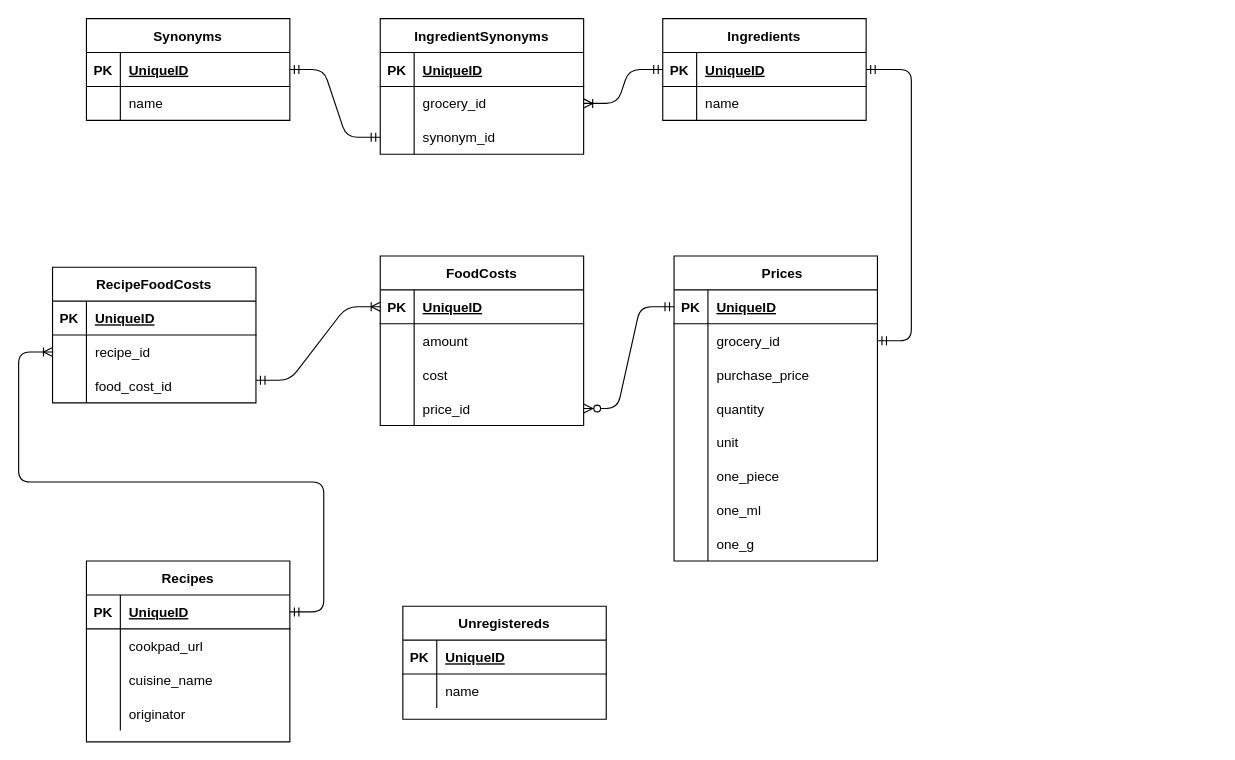
This is ER.drawio from sayasurvey/cook_cost, a draw.io file, before an edit. Source tidied: cells renumbered, new cells numbered last; positions are measured from the earlier drawing's top-left corner, leaving out a move shared by most shapes. Both pictures are drawn from the tidied source at 113%, with x=0, y=0 at pixel (52, 18).
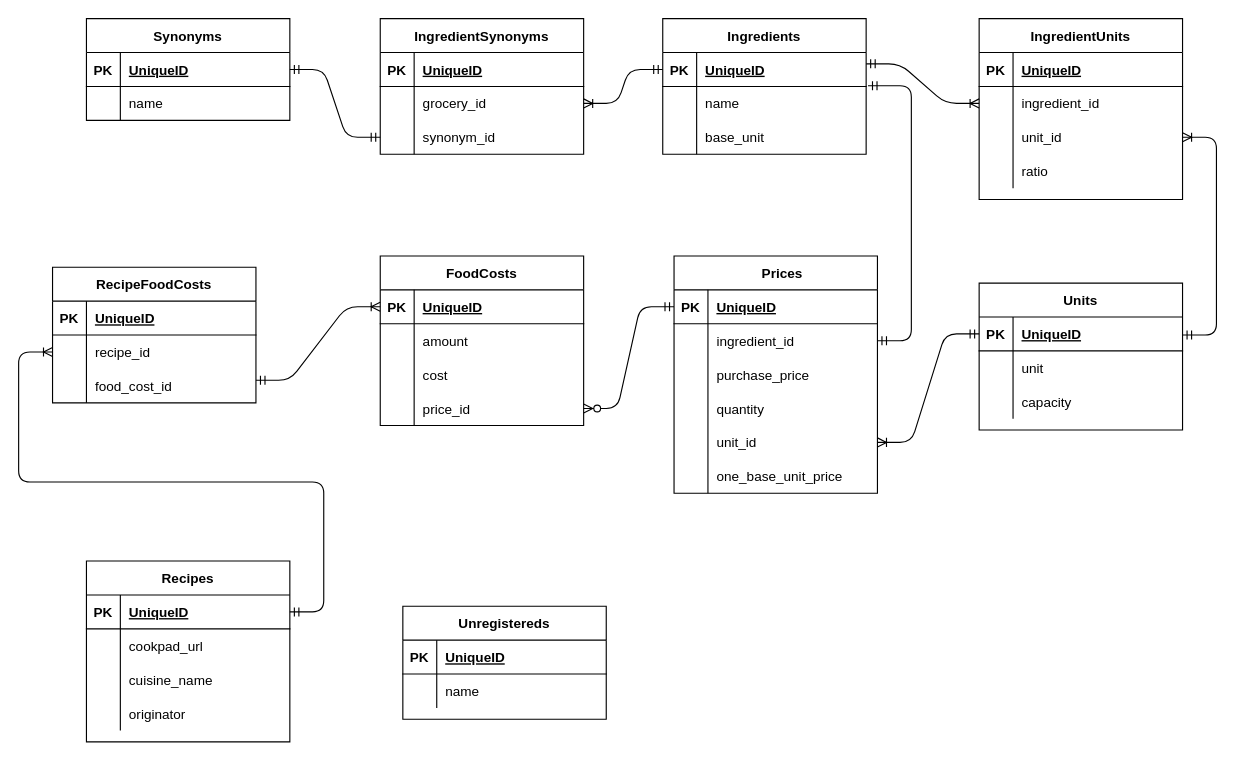
The same page after the edit.

Commit message (it also covers changes not shown here):
ADD: CSVインポート機能 FIX: ER図の修正 ADD: Unitsテーブルの追加

Unchanged cells that the change refers to:
```xml
<mxCell id="3" style="shape=partialRectangle;fillColor=none;top=0;left=0;bottom=1;right=0;points=[[0,0.5],[1,0.5]];portConstraint=eastwest;" parent="2" vertex="1">
  <mxGeometry y="30" width="180" height="30" as="geometry" />
</mxCell>
<mxCell id="6" style="shape=partialRectangle;fillColor=none;top=0;left=0;bottom=0;right=0;points=[[0,0.5],[1,0.5]];portConstraint=eastwest;" parent="2" vertex="1">
  <mxGeometry y="60" width="180" height="30" as="geometry" />
</mxCell>
<mxCell id="23" style="shape=partialRectangle;fillColor=none;top=0;left=0;bottom=0;right=0;points=[[0,0.5],[1,0.5]];portConstraint=eastwest;" parent="19" vertex="1">
  <mxGeometry y="60" width="180" height="30" as="geometry" />
</mxCell>
<mxCell id="32" style="shape=partialRectangle;fillColor=none;top=0;left=0;bottom=0;right=0;points=[[0,0.5],[1,0.5]];portConstraint=eastwest;" parent="19" vertex="1">
  <mxGeometry y="150" width="180" height="30" as="geometry" />
</mxCell>
<mxCell id="35" style="shape=partialRectangle;fillColor=none;top=0;left=0;bottom=0;right=0;" parent="19" vertex="1">
  <mxGeometry y="180" width="180" height="30" as="geometry" />
</mxCell>
```

The edit, as a diff of the source:
```diff
@@
     <mxCell id="2" value="Ingredients" style="shape=table;startSize=30;childLayout=tableLayout;rowLines=0;fontStyle=1;align=center;fillColor=none;" parent="1" vertex="1">
-      <mxGeometry x="540" width="180" height="90" as="geometry" />
+      <mxGeometry x="540" width="180" height="120" as="geometry" />
     </mxCell>
@@
+    <mxCell id="100" style="shape=partialRectangle;fillColor=none;top=0;left=0;bottom=0;right=0;" parent="2" vertex="1">
+      <mxGeometry y="90" width="180" height="30" as="geometry" />
+    </mxCell>
+    <mxCell id="101" style="shape=partialRectangle;fillColor=none;top=0;left=0;bottom=0;right=0;overflow=hidden;" parent="100" vertex="1">
+      <mxGeometry width="30" height="30" as="geometry" />
+    </mxCell>
+    <mxCell id="102" value="base_unit" style="shape=partialRectangle;fillColor=none;top=0;left=0;bottom=0;right=0;align=left;spacingLeft=6;overflow=hidden;" parent="100" vertex="1">
+      <mxGeometry x="30" width="150" height="30" as="geometry" />
+    </mxCell>
@@
     <mxCell id="19" value="　Prices" style="shape=table;startSize=30;childLayout=tableLayout;rowLines=0;fontStyle=1;align=center;fillColor=none;" parent="1" vertex="1">
-      <mxGeometry x="550" y="210" width="180" height="270" as="geometry" />
+      <mxGeometry x="550" y="210" width="180" height="210" as="geometry" />
     </mxCell>
@@
-    <mxCell id="25" value="grocery_id" style="shape=partialRectangle;fillColor=none;top=0;left=0;bottom=0;right=0;align=left;spacingLeft=6;overflow=hidden;fontSize=12;strokeWidth=1;" parent="23" vertex="1">
+    <mxCell id="25" value="ingredient_id" style="shape=partialRectangle;fillColor=none;top=0;left=0;bottom=0;right=0;align=left;spacingLeft=6;overflow=hidden;fontSize=12;strokeWidth=1;" parent="23" vertex="1">
       <mxGeometry x="30" width="150" height="30" as="geometry" />
     </mxCell>
@@
-    <mxCell id="34" value="unit" style="shape=partialRectangle;fillColor=none;top=0;left=0;bottom=0;right=0;align=left;spacingLeft=6;overflow=hidden;" parent="32" vertex="1">
+    <mxCell id="34" value="unit_id" style="shape=partialRectangle;fillColor=none;top=0;left=0;bottom=0;right=0;align=left;spacingLeft=6;overflow=hidden;" parent="32" vertex="1">
       <mxGeometry x="30" width="150" height="30" as="geometry" />
     </mxCell>
@@
-    <mxCell id="37" value="one_piece" style="shape=partialRectangle;fillColor=none;top=0;left=0;bottom=0;right=0;align=left;spacingLeft=6;overflow=hidden;" parent="35" vertex="1">
+    <mxCell id="37" value="one_base_unit_price" style="shape=partialRectangle;fillColor=none;top=0;left=0;bottom=0;right=0;align=left;spacingLeft=6;overflow=hidden;" parent="35" vertex="1">
       <mxGeometry x="30" width="150" height="30" as="geometry" />
     </mxCell>
-    <mxCell id="38" style="shape=partialRectangle;fillColor=none;top=0;left=0;bottom=0;right=0;" parent="19" vertex="1">
-      <mxGeometry y="210" width="180" height="30" as="geometry" />
-    </mxCell>
-    <mxCell id="39" style="shape=partialRectangle;fillColor=none;top=0;left=0;bottom=0;right=0;overflow=hidden;" parent="38" vertex="1">
-      <mxGeometry width="30" height="30" as="geometry" />
-    </mxCell>
-    <mxCell id="40" value="one_ml" style="shape=partialRectangle;fillColor=none;top=0;left=0;bottom=0;right=0;align=left;spacingLeft=6;overflow=hidden;" parent="38" vertex="1">
-      <mxGeometry x="30" width="150" height="30" as="geometry" />
-    </mxCell>
-    <mxCell id="41" style="shape=partialRectangle;fillColor=none;top=0;left=0;bottom=0;right=0;" parent="19" vertex="1">
-      <mxGeometry y="240" width="180" height="30" as="geometry" />
-    </mxCell>
-    <mxCell id="42" style="shape=partialRectangle;fillColor=none;top=0;left=0;bottom=0;right=0;overflow=hidden;" parent="41" vertex="1">
-      <mxGeometry width="30" height="30" as="geometry" />
-    </mxCell>
-    <mxCell id="43" value="one_g" style="shape=partialRectangle;fillColor=none;top=0;left=0;bottom=0;right=0;align=left;spacingLeft=6;overflow=hidden;" parent="41" vertex="1">
-      <mxGeometry x="30" width="150" height="30" as="geometry" />
-    </mxCell>
@@
-    <mxCell id="89" style="edgeStyle=entityRelationEdgeStyle;fontSize=12;html=1;endArrow=ERmandOne;startArrow=ERmandOne;entryX=1;entryY=0.5;entryDx=0;entryDy=0;" parent="1" edge="1" source="23" target="3">
+    <mxCell id="89" style="edgeStyle=entityRelationEdgeStyle;fontSize=12;html=1;endArrow=ERmandOne;startArrow=ERmandOne;entryX=1.009;entryY=-0.022;entryDx=0;entryDy=0;entryPerimeter=0;" parent="1" edge="1" source="23" target="6">
       <mxGeometry relative="1" as="geometry" />
     </mxCell>
@@
+    <mxCell id="103" value="Units" style="shape=table;startSize=30;childLayout=tableLayout;rowLines=0;fontStyle=1;align=center;" parent="1" vertex="1">
+      <mxGeometry x="820" y="234" width="180" height="130" as="geometry" />
+    </mxCell>
+    <mxCell id="104" style="shape=partialRectangle;fillColor=none;top=0;left=0;bottom=1;right=0;points=[[0,0.5],[1,0.5]];portConstraint=eastwest;" parent="103" vertex="1">
+      <mxGeometry y="30" width="180" height="30" as="geometry" />
+    </mxCell>
+    <mxCell id="105" value="PK" style="shape=partialRectangle;fillColor=none;top=0;left=0;bottom=0;right=0;fontStyle=1;overflow=hidden;" parent="104" vertex="1">
+      <mxGeometry width="30" height="30" as="geometry" />
+    </mxCell>
+    <mxCell id="106" value="UniqueID" style="shape=partialRectangle;fillColor=none;top=0;left=0;bottom=0;right=0;align=left;spacingLeft=6;fontStyle=5;overflow=hidden;" parent="104" vertex="1">
+      <mxGeometry x="30" width="150" height="30" as="geometry" />
+    </mxCell>
+    <mxCell id="107" style="shape=partialRectangle;fillColor=none;top=0;left=0;bottom=0;right=0;" parent="103" vertex="1">
+      <mxGeometry y="60" width="180" height="30" as="geometry" />
+    </mxCell>
+    <mxCell id="108" style="shape=partialRectangle;fillColor=none;top=0;left=0;bottom=0;right=0;overflow=hidden;" parent="107" vertex="1">
+      <mxGeometry width="30" height="30" as="geometry" />
+    </mxCell>
+    <mxCell id="109" value="unit" style="shape=partialRectangle;fillColor=none;top=0;left=0;bottom=0;right=0;align=left;spacingLeft=6;overflow=hidden;" parent="107" vertex="1">
+      <mxGeometry x="30" width="150" height="30" as="geometry" />
+    </mxCell>
+    <mxCell id="110" style="shape=partialRectangle;fillColor=none;top=0;left=0;bottom=0;right=0;" parent="103" vertex="1">
+      <mxGeometry y="90" width="180" height="30" as="geometry" />
+    </mxCell>
+    <mxCell id="111" style="shape=partialRectangle;fillColor=none;top=0;left=0;bottom=0;right=0;overflow=hidden;" parent="110" vertex="1">
+      <mxGeometry width="30" height="30" as="geometry" />
+    </mxCell>
+    <mxCell id="112" value="capacity" style="shape=partialRectangle;fillColor=none;top=0;left=0;bottom=0;right=0;align=left;spacingLeft=6;overflow=hidden;" parent="110" vertex="1">
+      <mxGeometry x="30" width="150" height="30" as="geometry" />
+    </mxCell>
+    <mxCell id="113" value="IngredientUnits" style="shape=table;startSize=30;childLayout=tableLayout;rowLines=0;fontStyle=1;align=center;" parent="1" vertex="1">
+      <mxGeometry x="820" width="180" height="160" as="geometry" />
+    </mxCell>
+    <mxCell id="114" style="shape=partialRectangle;fillColor=none;top=0;left=0;bottom=1;right=0;" parent="113" vertex="1">
+      <mxGeometry y="30" width="180" height="30" as="geometry" />
+    </mxCell>
+    <mxCell id="115" value="PK" style="shape=partialRectangle;fillColor=none;top=0;left=0;bottom=0;right=0;fontStyle=1;overflow=hidden;" parent="114" vertex="1">
+      <mxGeometry width="30" height="30" as="geometry" />
+    </mxCell>
+    <mxCell id="116" value="UniqueID" style="shape=partialRectangle;fillColor=none;top=0;left=0;bottom=0;right=0;align=left;spacingLeft=6;fontStyle=5;overflow=hidden;" parent="114" vertex="1">
+      <mxGeometry x="30" width="150" height="30" as="geometry" />
+    </mxCell>
+    <mxCell id="117" style="shape=partialRectangle;fillColor=none;top=0;left=0;bottom=0;right=0;points=[[0,0.5],[1,0.5]];portConstraint=eastwest;" parent="113" vertex="1">
+      <mxGeometry y="60" width="180" height="30" as="geometry" />
+    </mxCell>
+    <mxCell id="118" style="shape=partialRectangle;fillColor=none;top=0;left=0;bottom=0;right=0;overflow=hidden;" parent="117" vertex="1">
+      <mxGeometry width="30" height="30" as="geometry" />
+    </mxCell>
+    <mxCell id="119" value="ingredient_id" style="shape=partialRectangle;fillColor=none;top=0;left=0;bottom=0;right=0;align=left;spacingLeft=6;overflow=hidden;" parent="117" vertex="1">
+      <mxGeometry x="30" width="150" height="30" as="geometry" />
+    </mxCell>
+    <mxCell id="120" style="shape=partialRectangle;fillColor=none;top=0;left=0;bottom=0;right=0;points=[[0,0.5],[1,0.5]];portConstraint=eastwest;" parent="113" vertex="1">
+      <mxGeometry y="90" width="180" height="30" as="geometry" />
+    </mxCell>
+    <mxCell id="121" style="shape=partialRectangle;fillColor=none;top=0;left=0;bottom=0;right=0;overflow=hidden;" parent="120" vertex="1">
+      <mxGeometry width="30" height="30" as="geometry" />
+    </mxCell>
+    <mxCell id="122" value="unit_id" style="shape=partialRectangle;fillColor=none;top=0;left=0;bottom=0;right=0;align=left;spacingLeft=6;overflow=hidden;" parent="120" vertex="1">
+      <mxGeometry x="30" width="150" height="30" as="geometry" />
+    </mxCell>
+    <mxCell id="123" style="shape=partialRectangle;fillColor=none;top=0;left=0;bottom=0;right=0;" parent="113" vertex="1">
+      <mxGeometry y="120" width="180" height="30" as="geometry" />
+    </mxCell>
+    <mxCell id="124" style="shape=partialRectangle;fillColor=none;top=0;left=0;bottom=0;right=0;overflow=hidden;" parent="123" vertex="1">
+      <mxGeometry width="30" height="30" as="geometry" />
+    </mxCell>
+    <mxCell id="125" value="ratio" style="shape=partialRectangle;fillColor=none;top=0;left=0;bottom=0;right=0;align=left;spacingLeft=6;overflow=hidden;" parent="123" vertex="1">
+      <mxGeometry x="30" width="150" height="30" as="geometry" />
+    </mxCell>
+    <mxCell id="126" style="edgeStyle=entityRelationEdgeStyle;fontSize=12;html=1;endArrow=ERoneToMany;startArrow=ERmandOne;entryX=0;entryY=0.5;entryDx=0;entryDy=0;" parent="1" edge="1" target="117">
+      <mxGeometry relative="1" as="geometry">
+        <mxPoint x="720" y="40" as="sourcePoint" />
+      </mxGeometry>
+    </mxCell>
+    <mxCell id="127" style="edgeStyle=entityRelationEdgeStyle;fontSize=12;html=1;endArrow=ERoneToMany;startArrow=ERmandOne;entryX=1;entryY=0.5;entryDx=0;entryDy=0;exitX=0;exitY=0.5;exitDx=0;exitDy=0;" parent="1" edge="1" source="104" target="32">
+      <mxGeometry relative="1" as="geometry" />
+    </mxCell>
+    <mxCell id="128" style="edgeStyle=entityRelationEdgeStyle;fontSize=12;html=1;endArrow=ERoneToMany;startArrow=ERmandOne;entryX=1;entryY=0.5;entryDx=0;entryDy=0;" parent="1" edge="1" target="120">
+      <mxGeometry relative="1" as="geometry">
+        <mxPoint x="1000" y="280" as="sourcePoint" />
+      </mxGeometry>
+    </mxCell>
```
